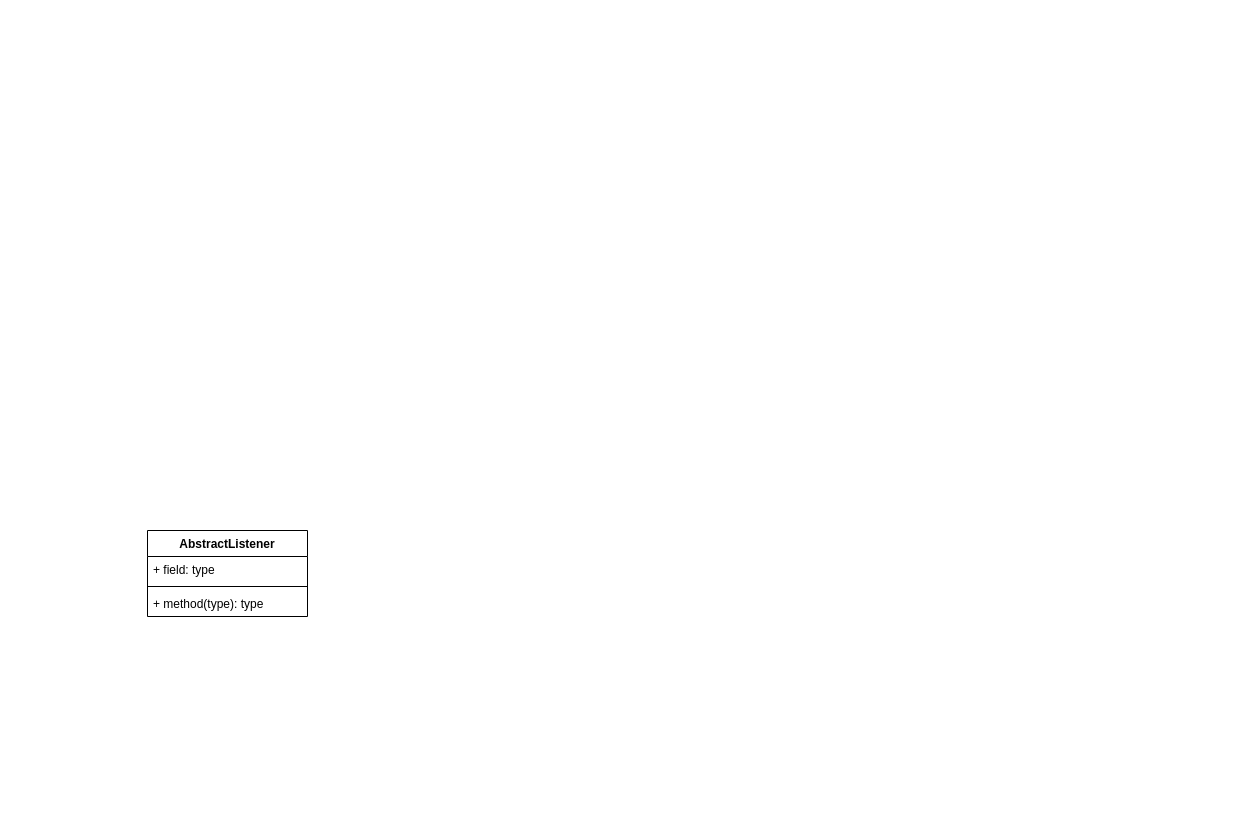
The draw.io diagram etl/dolphinscheduler/1.3.3-release/drawio/zk.drawio in popany/notes, before the edit. Source tidied: cells renumbered, new cells numbered last; positions are measured from the earlier drawing's top-left corner, leaving out a move shared by most shapes. Both pictures are drawn from the tidied source at 100%, with x=0, y=0 at pixel (147, 530).
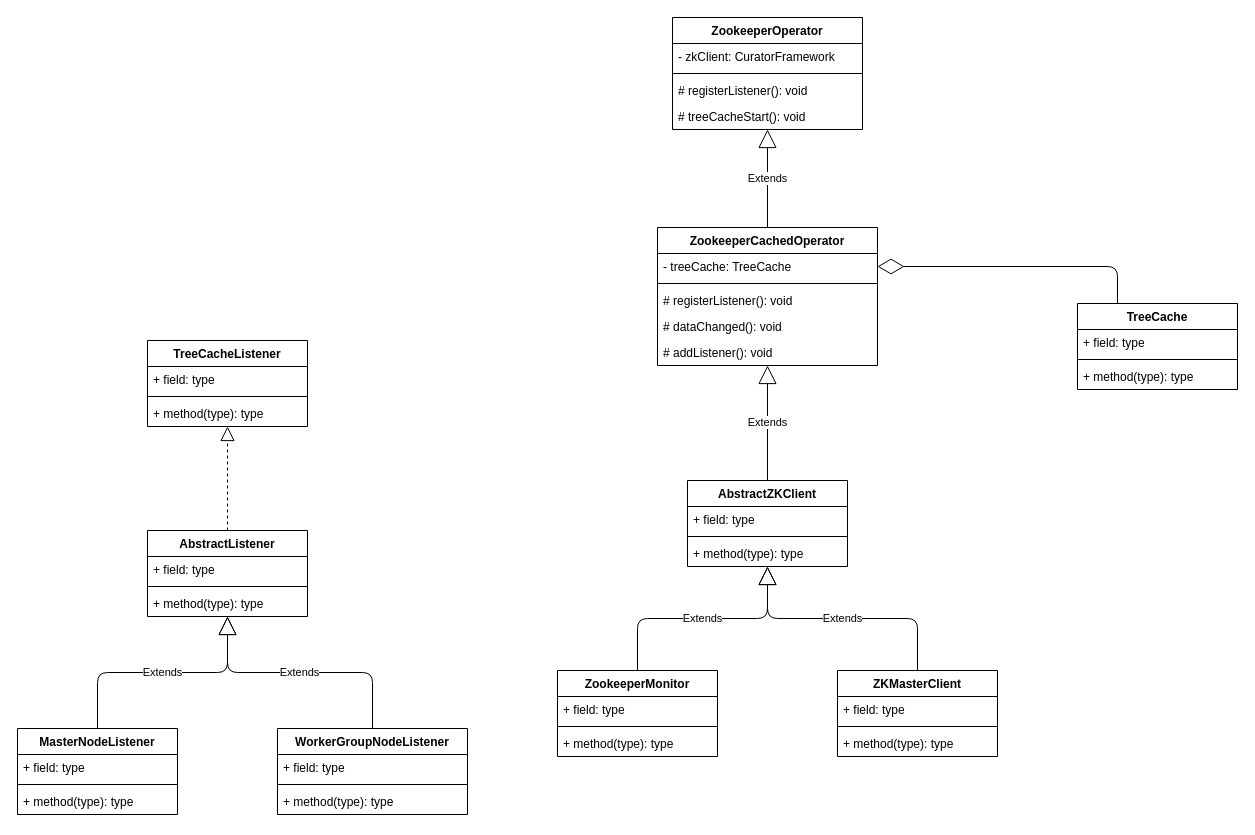
The same diagram, later.

Unchanged cells that the change refers to:
```xml
<mxCell id="2" value="AbstractListener" style="swimlane;fontStyle=1;align=center;verticalAlign=top;horizontal=1;startSize=26;" parent="1" vertex="1">
  <mxGeometry width="160" height="86" as="geometry" />
</mxCell>
```

Change to the diagram source:
```diff
@@
+    <mxCell id="6" value="TreeCacheListener" style="swimlane;fontStyle=1;align=center;verticalAlign=top;horizontal=1;startSize=26;" parent="1" vertex="1">
+      <mxGeometry y="-190" width="160" height="86" as="geometry" />
+    </mxCell>
+    <mxCell id="7" value="+ field: type" style="text;strokeColor=none;fillColor=none;align=left;verticalAlign=top;spacingLeft=4;spacingRight=4;overflow=hidden;" parent="6" vertex="1">
+      <mxGeometry y="26" width="160" height="26" as="geometry" />
+    </mxCell>
+    <mxCell id="8" style="line;strokeWidth=1;fillColor=none;align=left;verticalAlign=middle;spacingTop=-1;spacingLeft=3;spacingRight=3;labelPosition=right;" parent="6" vertex="1">
+      <mxGeometry y="52" width="160" height="8" as="geometry" />
+    </mxCell>
+    <mxCell id="9" value="+ method(type): type" style="text;strokeColor=none;fillColor=none;align=left;verticalAlign=top;spacingLeft=4;spacingRight=4;overflow=hidden;" parent="6" vertex="1">
+      <mxGeometry y="60" width="160" height="26" as="geometry" />
+    </mxCell>
+    <mxCell id="10" style="endArrow=block;dashed=1;endFill=0;endSize=12;html=1;exitX=0.5;exitY=0;exitDx=0;exitDy=0;edgeStyle=orthogonalEdgeStyle;" parent="1" edge="1" source="2" target="6">
+      <mxGeometry relative="1" as="geometry" />
+    </mxCell>
+    <mxCell id="11" value="ZookeeperOperator" style="swimlane;fontStyle=1;align=center;verticalAlign=top;horizontal=1;startSize=26;" parent="1" vertex="1">
+      <mxGeometry x="525" y="-513" width="190" height="112" as="geometry" />
+    </mxCell>
+    <mxCell id="12" value="- zkClient: CuratorFramework" style="text;strokeColor=none;fillColor=none;align=left;verticalAlign=top;spacingLeft=4;spacingRight=4;overflow=hidden;" parent="11" vertex="1">
+      <mxGeometry y="26" width="190" height="26" as="geometry" />
+    </mxCell>
+    <mxCell id="13" style="line;strokeWidth=1;fillColor=none;align=left;verticalAlign=middle;spacingTop=-1;spacingLeft=3;spacingRight=3;labelPosition=right;" parent="11" vertex="1">
+      <mxGeometry y="52" width="190" height="8" as="geometry" />
+    </mxCell>
+    <mxCell id="14" value="# registerListener(): void" style="text;strokeColor=none;fillColor=none;align=left;verticalAlign=top;spacingLeft=4;spacingRight=4;overflow=hidden;" parent="11" vertex="1">
+      <mxGeometry y="60" width="190" height="26" as="geometry" />
+    </mxCell>
+    <mxCell id="15" value="# treeCacheStart(): void" style="text;strokeColor=none;fillColor=none;align=left;verticalAlign=top;spacingLeft=4;spacingRight=4;overflow=hidden;" parent="11" vertex="1">
+      <mxGeometry y="86" width="190" height="26" as="geometry" />
+    </mxCell>
+    <mxCell id="16" value="TreeCache" style="swimlane;fontStyle=1;align=center;verticalAlign=top;horizontal=1;startSize=26;" parent="1" vertex="1">
+      <mxGeometry x="930" y="-227" width="160" height="86" as="geometry" />
+    </mxCell>
+    <mxCell id="17" value="+ field: type" style="text;strokeColor=none;fillColor=none;align=left;verticalAlign=top;spacingLeft=4;spacingRight=4;overflow=hidden;" parent="16" vertex="1">
+      <mxGeometry y="26" width="160" height="26" as="geometry" />
+    </mxCell>
+    <mxCell id="18" style="line;strokeWidth=1;fillColor=none;align=left;verticalAlign=middle;spacingTop=-1;spacingLeft=3;spacingRight=3;labelPosition=right;" parent="16" vertex="1">
+      <mxGeometry y="52" width="160" height="8" as="geometry" />
+    </mxCell>
+    <mxCell id="19" value="+ method(type): type" style="text;strokeColor=none;fillColor=none;align=left;verticalAlign=top;spacingLeft=4;spacingRight=4;overflow=hidden;" parent="16" vertex="1">
+      <mxGeometry y="60" width="160" height="26" as="geometry" />
+    </mxCell>
+    <mxCell id="20" value="ZookeeperCachedOperator" style="swimlane;fontStyle=1;align=center;verticalAlign=top;horizontal=1;startSize=26;" parent="1" vertex="1">
+      <mxGeometry x="510" y="-303" width="220" height="138" as="geometry" />
+    </mxCell>
+    <mxCell id="21" value="- treeCache: TreeCache" style="text;strokeColor=none;fillColor=none;align=left;verticalAlign=top;spacingLeft=4;spacingRight=4;overflow=hidden;points=[[0,0.5],[1,0.5]];portConstraint=eastwest;" parent="20" vertex="1">
+      <mxGeometry y="26" width="220" height="26" as="geometry" />
+    </mxCell>
+    <mxCell id="22" style="line;strokeWidth=1;fillColor=none;align=left;verticalAlign=middle;spacingTop=-1;spacingLeft=3;spacingRight=3;labelPosition=right;" parent="20" vertex="1">
+      <mxGeometry y="52" width="220" height="8" as="geometry" />
+    </mxCell>
+    <mxCell id="23" value="# registerListener(): void" style="text;strokeColor=none;fillColor=none;align=left;verticalAlign=top;spacingLeft=4;spacingRight=4;overflow=hidden;" parent="20" vertex="1">
+      <mxGeometry y="60" width="220" height="26" as="geometry" />
+    </mxCell>
+    <mxCell id="24" value="# dataChanged(): void" style="text;strokeColor=none;fillColor=none;align=left;verticalAlign=top;spacingLeft=4;spacingRight=4;overflow=hidden;" parent="20" vertex="1">
+      <mxGeometry y="86" width="220" height="26" as="geometry" />
+    </mxCell>
+    <mxCell id="25" value="# addListener(): void" style="text;strokeColor=none;fillColor=none;align=left;verticalAlign=top;spacingLeft=4;spacingRight=4;overflow=hidden;" parent="20" vertex="1">
+      <mxGeometry y="112" width="220" height="26" as="geometry" />
+    </mxCell>
+    <mxCell id="26" value="Extends" style="endArrow=block;endSize=16;endFill=0;html=1;exitX=0.5;exitY=0;exitDx=0;exitDy=0;edgeStyle=orthogonalEdgeStyle;" parent="1" edge="1" source="20" target="11">
+      <mxGeometry relative="1" as="geometry" />
+    </mxCell>
+    <mxCell id="27" style="endArrow=diamondThin;endFill=0;endSize=24;html=1;edgeStyle=orthogonalEdgeStyle;exitX=0.25;exitY=0;exitDx=0;exitDy=0;" parent="1" edge="1" source="16" target="21">
+      <mxGeometry relative="1" as="geometry" />
+    </mxCell>
+    <mxCell id="28" value="AbstractZKClient" style="swimlane;fontStyle=1;align=center;verticalAlign=top;horizontal=1;startSize=26;" parent="1" vertex="1">
+      <mxGeometry x="540" y="-50" width="160" height="86" as="geometry" />
+    </mxCell>
+    <mxCell id="29" value="+ field: type" style="text;strokeColor=none;fillColor=none;align=left;verticalAlign=top;spacingLeft=4;spacingRight=4;overflow=hidden;" parent="28" vertex="1">
+      <mxGeometry y="26" width="160" height="26" as="geometry" />
+    </mxCell>
+    <mxCell id="30" style="line;strokeWidth=1;fillColor=none;align=left;verticalAlign=middle;spacingTop=-1;spacingLeft=3;spacingRight=3;labelPosition=right;" parent="28" vertex="1">
+      <mxGeometry y="52" width="160" height="8" as="geometry" />
+    </mxCell>
+    <mxCell id="31" value="+ method(type): type" style="text;strokeColor=none;fillColor=none;align=left;verticalAlign=top;spacingLeft=4;spacingRight=4;overflow=hidden;" parent="28" vertex="1">
+      <mxGeometry y="60" width="160" height="26" as="geometry" />
+    </mxCell>
+    <mxCell id="32" value="Extends" style="endArrow=block;endSize=16;endFill=0;html=1;exitX=0.5;exitY=0;exitDx=0;exitDy=0;edgeStyle=orthogonalEdgeStyle;" parent="1" edge="1" source="28" target="20">
+      <mxGeometry relative="1" as="geometry" />
+    </mxCell>
+    <mxCell id="33" value="ZookeeperMonitor" style="swimlane;fontStyle=1;align=center;verticalAlign=top;horizontal=1;startSize=26;" parent="1" vertex="1">
+      <mxGeometry x="410" y="140" width="160" height="86" as="geometry" />
+    </mxCell>
+    <mxCell id="34" value="+ field: type" style="text;strokeColor=none;fillColor=none;align=left;verticalAlign=top;spacingLeft=4;spacingRight=4;overflow=hidden;" parent="33" vertex="1">
+      <mxGeometry y="26" width="160" height="26" as="geometry" />
+    </mxCell>
+    <mxCell id="35" style="line;strokeWidth=1;fillColor=none;align=left;verticalAlign=middle;spacingTop=-1;spacingLeft=3;spacingRight=3;labelPosition=right;" parent="33" vertex="1">
+      <mxGeometry y="52" width="160" height="8" as="geometry" />
+    </mxCell>
+    <mxCell id="36" value="+ method(type): type" style="text;strokeColor=none;fillColor=none;align=left;verticalAlign=top;spacingLeft=4;spacingRight=4;overflow=hidden;" parent="33" vertex="1">
+      <mxGeometry y="60" width="160" height="26" as="geometry" />
+    </mxCell>
+    <mxCell id="37" value="Extends" style="endArrow=block;endSize=16;endFill=0;html=1;edgeStyle=orthogonalEdgeStyle;" parent="1" edge="1" source="33" target="28">
+      <mxGeometry relative="1" as="geometry" />
+    </mxCell>
+    <mxCell id="38" value="ZKMasterClient" style="swimlane;fontStyle=1;align=center;verticalAlign=top;horizontal=1;startSize=26;" parent="1" vertex="1">
+      <mxGeometry x="690" y="140" width="160" height="86" as="geometry" />
+    </mxCell>
+    <mxCell id="39" value="+ field: type" style="text;strokeColor=none;fillColor=none;align=left;verticalAlign=top;spacingLeft=4;spacingRight=4;overflow=hidden;" parent="38" vertex="1">
+      <mxGeometry y="26" width="160" height="26" as="geometry" />
+    </mxCell>
+    <mxCell id="40" style="line;strokeWidth=1;fillColor=none;align=left;verticalAlign=middle;spacingTop=-1;spacingLeft=3;spacingRight=3;labelPosition=right;" parent="38" vertex="1">
+      <mxGeometry y="52" width="160" height="8" as="geometry" />
+    </mxCell>
+    <mxCell id="41" value="+ method(type): type" style="text;strokeColor=none;fillColor=none;align=left;verticalAlign=top;spacingLeft=4;spacingRight=4;overflow=hidden;" parent="38" vertex="1">
+      <mxGeometry y="60" width="160" height="26" as="geometry" />
+    </mxCell>
+    <mxCell id="42" value="Extends" style="endArrow=block;endSize=16;endFill=0;html=1;edgeStyle=orthogonalEdgeStyle;" parent="1" edge="1" source="38" target="28">
+      <mxGeometry relative="1" as="geometry" />
+    </mxCell>
+    <mxCell id="43" value="MasterNodeListener" style="swimlane;fontStyle=1;align=center;verticalAlign=top;horizontal=1;startSize=26;" parent="1" vertex="1">
+      <mxGeometry x="-130" y="198" width="160" height="86" as="geometry" />
+    </mxCell>
+    <mxCell id="44" value="+ field: type" style="text;strokeColor=none;fillColor=none;align=left;verticalAlign=top;spacingLeft=4;spacingRight=4;overflow=hidden;" parent="43" vertex="1">
+      <mxGeometry y="26" width="160" height="26" as="geometry" />
+    </mxCell>
+    <mxCell id="45" style="line;strokeWidth=1;fillColor=none;align=left;verticalAlign=middle;spacingTop=-1;spacingLeft=3;spacingRight=3;labelPosition=right;" parent="43" vertex="1">
+      <mxGeometry y="52" width="160" height="8" as="geometry" />
+    </mxCell>
+    <mxCell id="46" value="+ method(type): type" style="text;strokeColor=none;fillColor=none;align=left;verticalAlign=top;spacingLeft=4;spacingRight=4;overflow=hidden;" parent="43" vertex="1">
+      <mxGeometry y="60" width="160" height="26" as="geometry" />
+    </mxCell>
+    <mxCell id="47" value="WorkerGroupNodeListener" style="swimlane;fontStyle=1;align=center;verticalAlign=top;horizontal=1;startSize=26;" parent="1" vertex="1">
+      <mxGeometry x="130" y="198" width="190" height="86" as="geometry" />
+    </mxCell>
+    <mxCell id="48" value="+ field: type" style="text;strokeColor=none;fillColor=none;align=left;verticalAlign=top;spacingLeft=4;spacingRight=4;overflow=hidden;" parent="47" vertex="1">
+      <mxGeometry y="26" width="190" height="26" as="geometry" />
+    </mxCell>
+    <mxCell id="49" style="line;strokeWidth=1;fillColor=none;align=left;verticalAlign=middle;spacingTop=-1;spacingLeft=3;spacingRight=3;labelPosition=right;" parent="47" vertex="1">
+      <mxGeometry y="52" width="190" height="8" as="geometry" />
+    </mxCell>
+    <mxCell id="50" value="+ method(type): type" style="text;strokeColor=none;fillColor=none;align=left;verticalAlign=top;spacingLeft=4;spacingRight=4;overflow=hidden;" parent="47" vertex="1">
+      <mxGeometry y="60" width="190" height="26" as="geometry" />
+    </mxCell>
+    <mxCell id="51" value="Extends" style="endArrow=block;endSize=16;endFill=0;html=1;exitX=0.5;exitY=0;exitDx=0;exitDy=0;edgeStyle=orthogonalEdgeStyle;" parent="1" edge="1" source="43" target="2">
+      <mxGeometry relative="1" as="geometry" />
+    </mxCell>
+    <mxCell id="52" value="Extends" style="endArrow=block;endSize=16;endFill=0;html=1;exitX=0.5;exitY=0;exitDx=0;exitDy=0;edgeStyle=elbowEdgeStyle;elbow=vertical;" parent="1" edge="1" source="47" target="2">
+      <mxGeometry relative="1" as="geometry" />
+    </mxCell>
```
